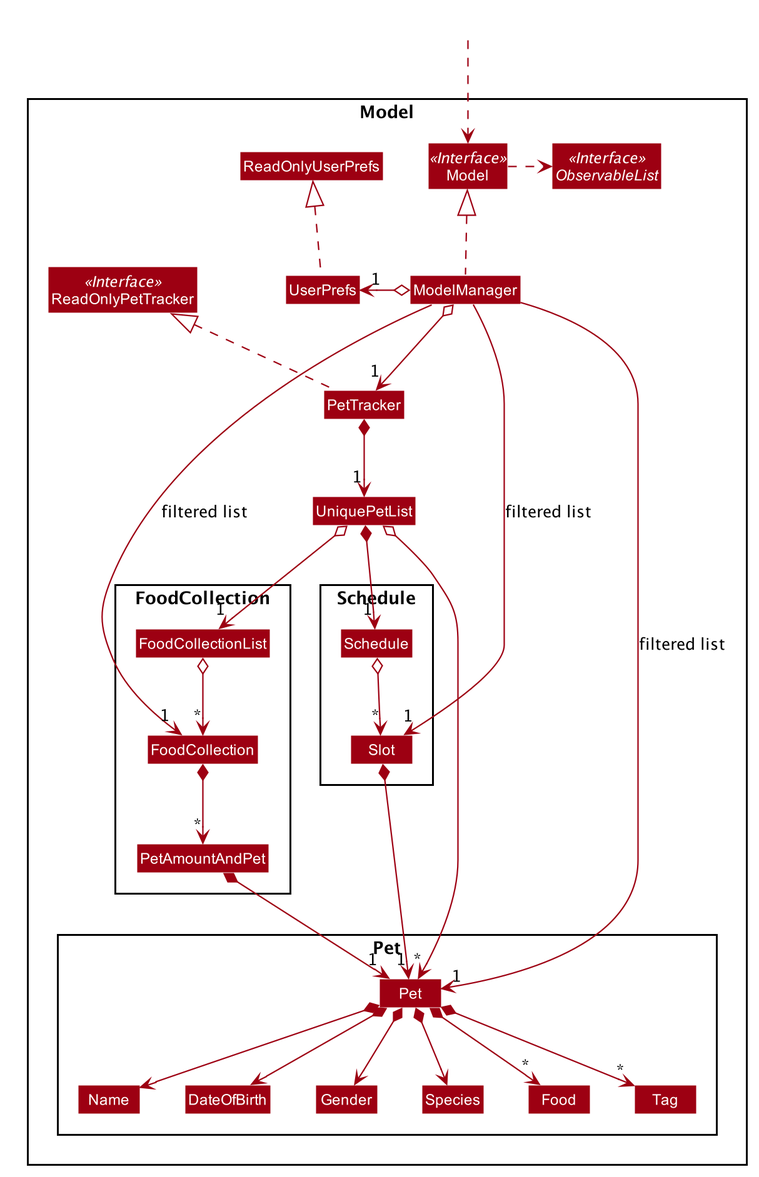
Earlier version of the PlantUML export docs/images/ModelClassDiagram.png (umaikaze/main).
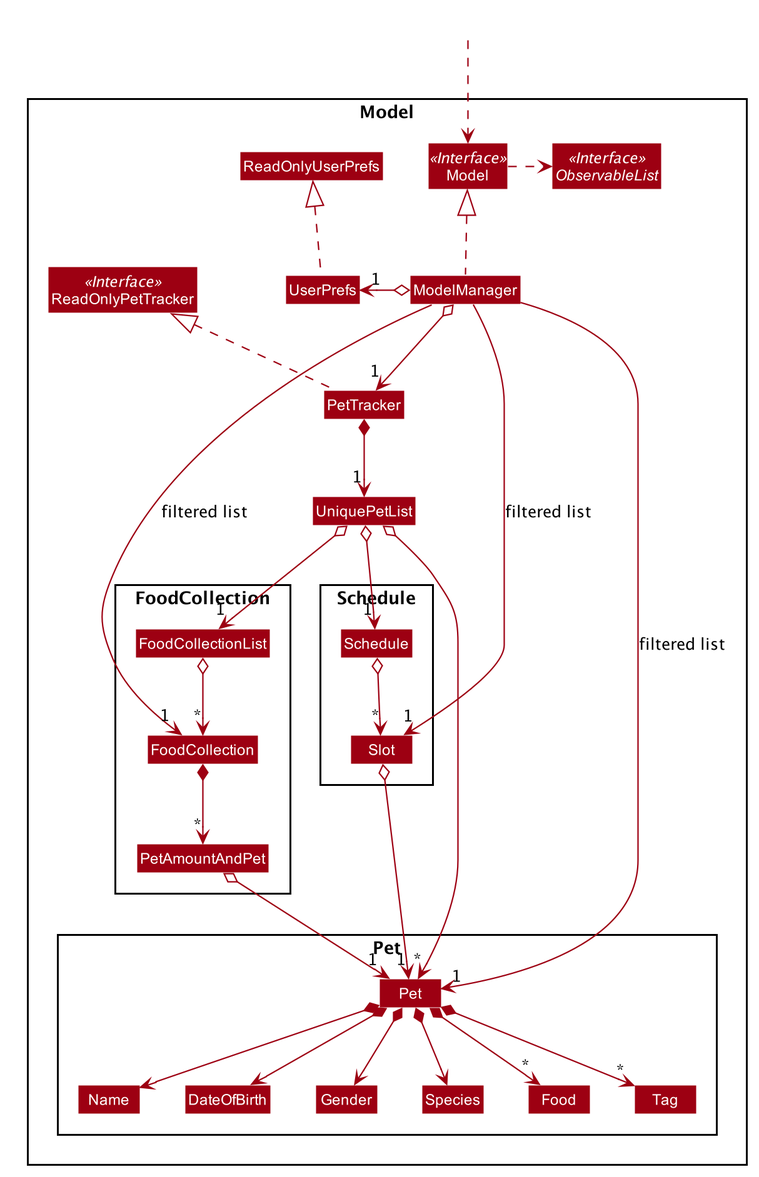
After the commit.

Commit message:
fix class diagram error

Diff of the diagram source:
```diff
@@ -107,7 +107,7 @@
 UniquePetList o--> "1" FoodCollectionList
 FoodCollectionList o--> "*" FoodCollection
 FoodCollection *--> "*" PetAmountAndPet
-PetAmountAndPet *--> "1" Pet
+PetAmountAndPet o--> "1" Pet
 
 Pet *--> Name
 Pet *--> Species
@@ -120,9 +120,9 @@
 DateOfBirth -[hidden]right-> Gender
 Species -[hidden]right-> Food
 
-UniquePetList *--> "1" Schedule
+UniquePetList o--> "1" Schedule
 Schedule o--> "*" Slot
-Slot *--> "1" Pet
+Slot o--> "1" Pet
 
 ModelManager -->"1" Pet : filtered list
 ModelManager -->"1" Slot : filtered list
```
